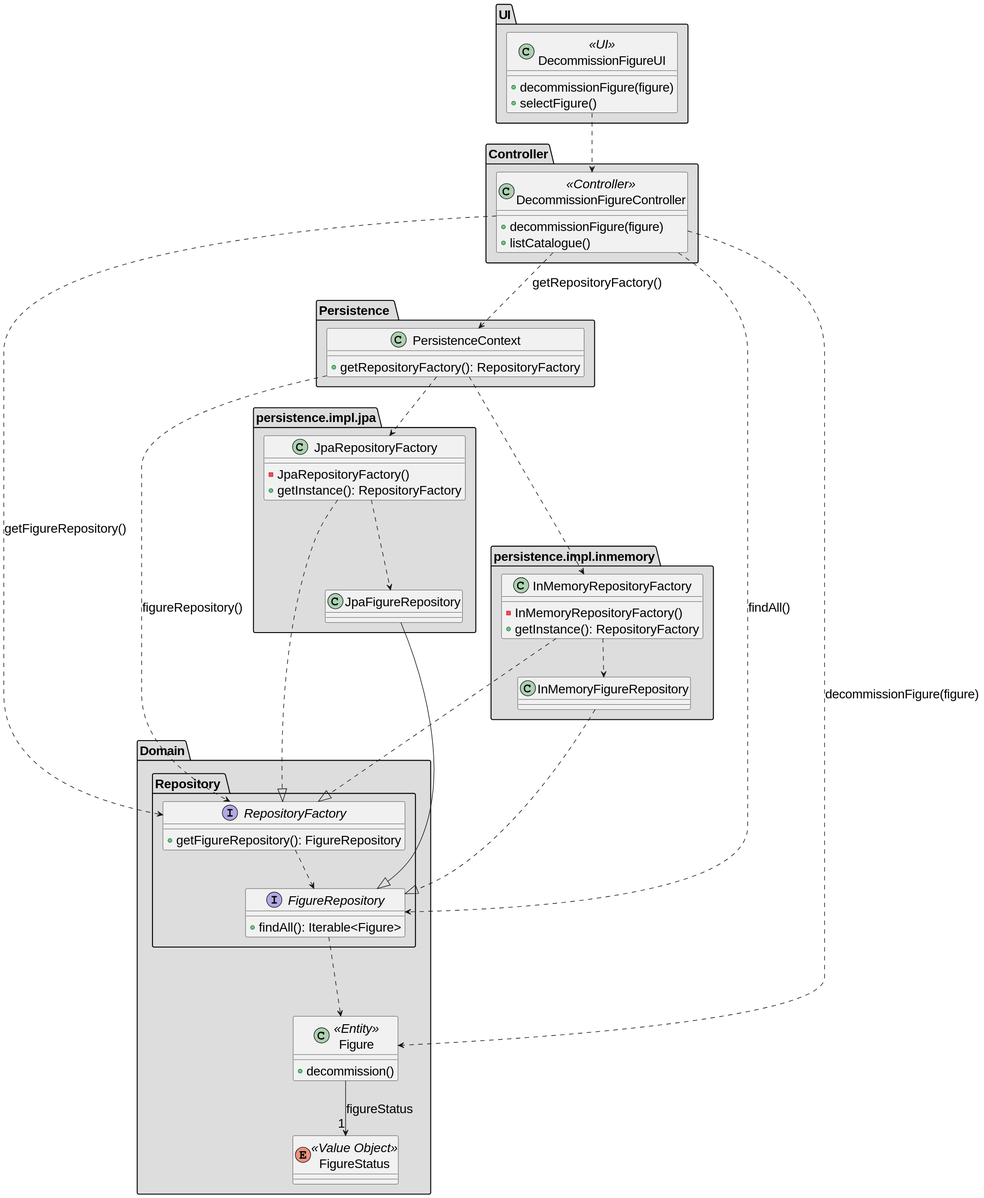
This is docs/SPRINT_2/US234/images/class_diagram_us234.svg from diogoveirospro/sem4pi-2024-2025-sem4pi_2024_2025_g44, a PlantUML export, as it was before one commit.
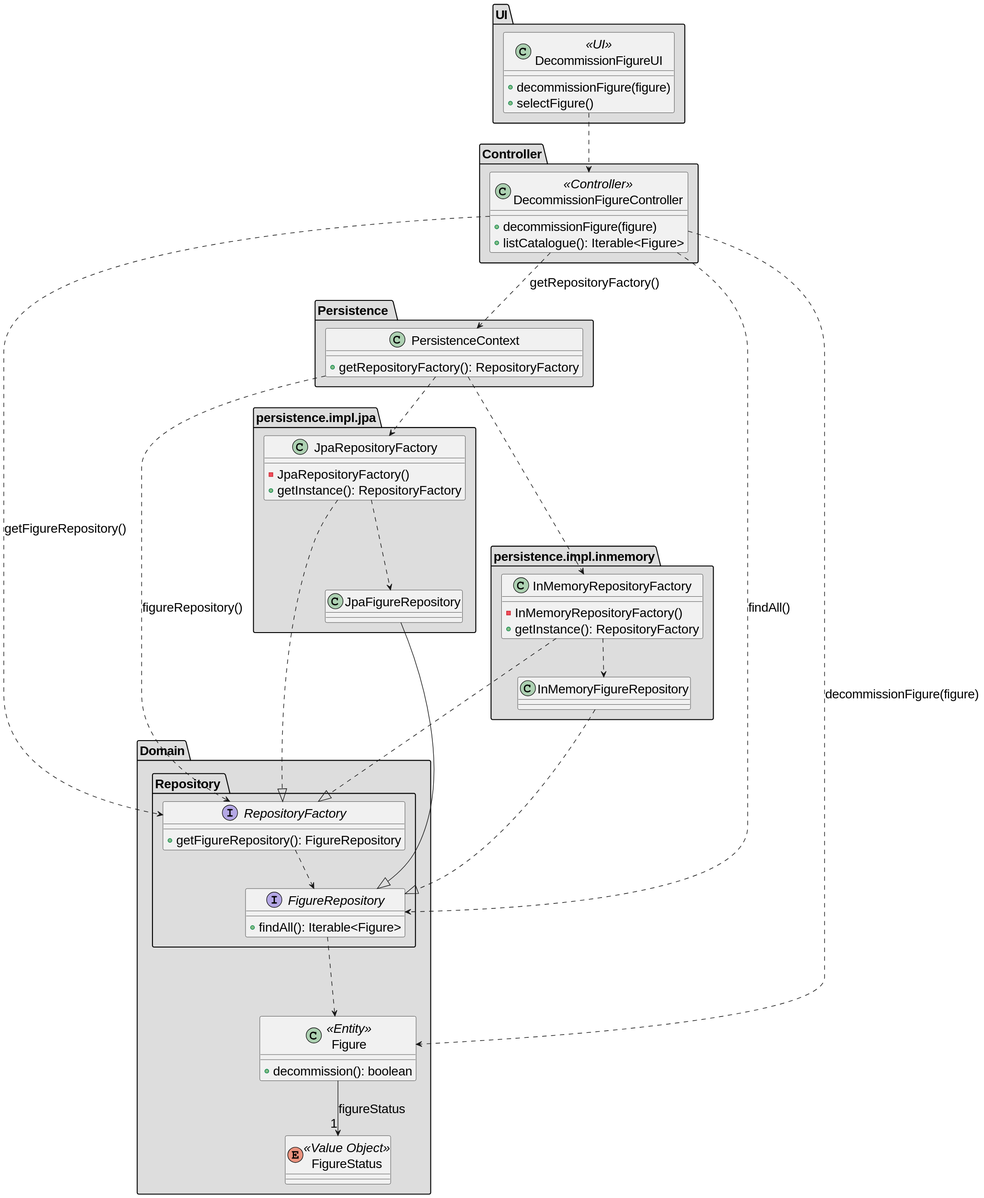
Above is the later version.

The edit, as a diff of the source:
```diff
@@ -44,7 +44,7 @@
     }
 
     class Figure <<Entity>>{
-        + decommission()
+        + decommission(): boolean
     }
 
     enum FigureStatus <<Value Object>>{
@@ -61,7 +61,7 @@
 package "Controller" #DDDDDD {
     class DecommissionFigureController <<Controller>> {
         + decommissionFigure(figure)
-        + listCatalogue()
+        + listCatalogue(): Iterable<Figure>
     }
 }
 
```
